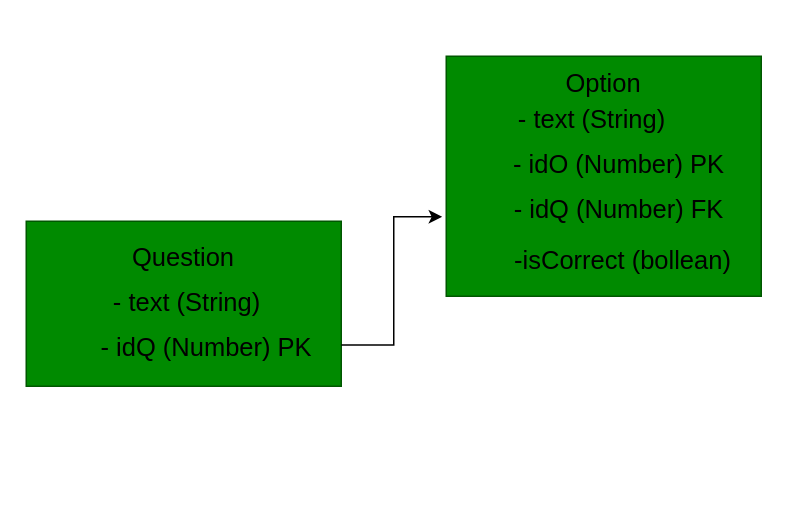
Earlier version of the draw.io diagram Main/src/DB/Датологическая модель.drawio (Miroslav262/Game_Walk). Source tidied: cells renumbered, new cells numbered last; positions are measured from the earlier drawing's top-left corner, leaving out a move shared by most shapes. Both pictures are drawn from the tidied source at 150%, with x=0, y=0 at pixel (26, 26).
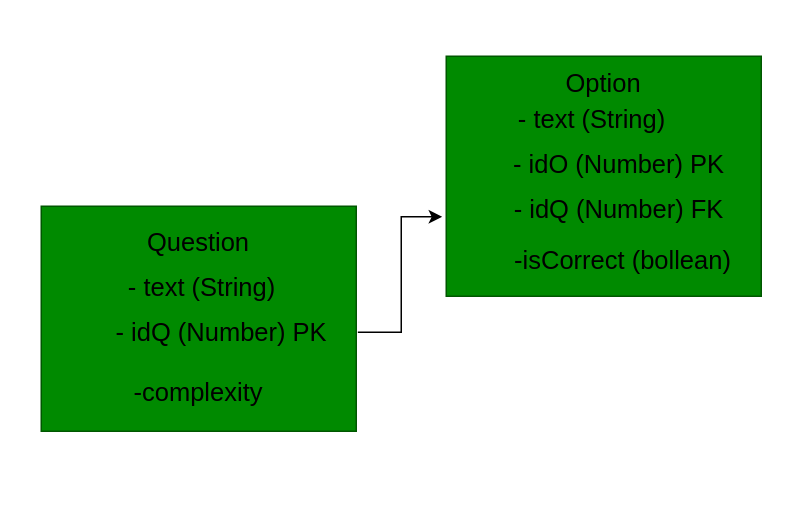
The same diagram, later.

What changed in the source:
```diff
@@
 <mxGraphModel>
   <root>
     <mxCell id="0" />
     <mxCell id="1" parent="0" />
     <mxCell id="2" style="group;" parent="1" vertex="1">
-      <mxGeometry y="130" width="210" height="180" as="geometry" />
+      <mxGeometry x="10" y="120" width="210" height="180" as="geometry" />
     </mxCell>
     <mxCell id="3" style="rounded=0;whiteSpace=wrap;html=1;fillColor=#008a00;fontColor=#ffffff;strokeColor=#005700;" parent="2" vertex="1">
-      <mxGeometry width="210" height="110" as="geometry" />
+      <mxGeometry width="210" height="150" as="geometry" />
     </mxCell>
     <mxCell id="4" value="&lt;font style=&quot;font-size: 17px;&quot;&gt;Question&lt;/font&gt;" style="text;html=1;whiteSpace=wrap;strokeColor=none;fillColor=none;align=center;verticalAlign=middle;rounded=0;" parent="2" vertex="1">
       <mxGeometry x="75" y="10" width="60" height="30" as="geometry" />
     </mxCell>
     <mxCell id="5" value="&lt;font style=&quot;font-size: 17px;&quot;&gt;&amp;nbsp;- text (String)&lt;/font&gt;" style="text;html=1;whiteSpace=wrap;strokeColor=none;fillColor=none;align=center;verticalAlign=middle;rounded=0;" parent="2" vertex="1">
       <mxGeometry x="50" y="40" width="110" height="30" as="geometry" />
     </mxCell>
     <mxCell id="6" value="&lt;font style=&quot;font-size: 17px;&quot;&gt;&amp;nbsp;- idQ (Number) PK&lt;/font&gt;" style="text;html=1;whiteSpace=wrap;strokeColor=none;fillColor=none;align=center;verticalAlign=middle;rounded=0;" parent="2" vertex="1">
       <mxGeometry x="40" y="70" width="156" height="30" as="geometry" />
     </mxCell>
+    <mxCell id="15" value="&lt;span style=&quot;font-size: 17px;&quot;&gt;-complexity&lt;/span&gt;" style="text;html=1;whiteSpace=wrap;strokeColor=none;fillColor=none;align=center;verticalAlign=middle;rounded=0;" parent="2" vertex="1">
+      <mxGeometry x="27" y="110" width="156" height="30" as="geometry" />
+    </mxCell>
     <mxCell id="7" style="group;" parent="1" vertex="1">
       <mxGeometry x="280" width="210" height="180" as="geometry" />
     </mxCell>
     <mxCell id="8" style="rounded=0;whiteSpace=wrap;html=1;fillColor=#008a00;fontColor=#ffffff;strokeColor=#005700;" parent="7" vertex="1">
       <mxGeometry y="20" width="210" height="160" as="geometry" />
     </mxCell>
     <mxCell id="9" value="&lt;font style=&quot;font-size: 17px;&quot;&gt;Option&lt;/font&gt;" style="text;html=1;whiteSpace=wrap;strokeColor=none;fillColor=none;align=center;verticalAlign=middle;rounded=0;" parent="7" vertex="1">
       <mxGeometry x="75" y="15.5" width="60" height="46.4" as="geometry" />
     </mxCell>
     <mxCell id="10" value="&lt;font style=&quot;font-size: 17px;&quot;&gt;&amp;nbsp;- text (String)&lt;/font&gt;" style="text;html=1;whiteSpace=wrap;strokeColor=none;fillColor=none;align=center;verticalAlign=middle;rounded=0;" parent="7" vertex="1">
       <mxGeometry x="40" y="40" width="110" height="46.4" as="geometry" />
     </mxCell>
     <mxCell id="11" value="&lt;font style=&quot;font-size: 17px;&quot;&gt;&amp;nbsp;- idO (Number) PK&lt;/font&gt;" style="text;html=1;whiteSpace=wrap;strokeColor=none;fillColor=none;align=center;verticalAlign=middle;rounded=0;" parent="7" vertex="1">
       <mxGeometry x="35" y="70" width="156" height="46.4" as="geometry" />
     </mxCell>
     <mxCell id="12" value="&lt;font style=&quot;font-size: 17px;&quot;&gt;&amp;nbsp;- idQ (Number) FK&lt;/font&gt;" style="text;html=1;whiteSpace=wrap;strokeColor=none;fillColor=none;align=center;verticalAlign=middle;rounded=0;" parent="7" vertex="1">
       <mxGeometry x="30" y="100" width="166" height="46.4" as="geometry" />
     </mxCell>
     <mxCell id="13" value="&lt;font style=&quot;font-size: 17px;&quot;&gt;-isCorrect (bollean)&lt;/font&gt;" style="text;html=1;whiteSpace=wrap;strokeColor=none;fillColor=none;align=center;verticalAlign=middle;rounded=0;" parent="7" vertex="1">
       <mxGeometry x="35" y="133.6" width="166" height="46.4" as="geometry" />
     </mxCell>
-    <mxCell id="14" style="edgeStyle=orthogonalEdgeStyle;rounded=0;jettySize=auto;html=1;exitX=1;exitY=0.75;exitDx=0;exitDy=0;entryX=-0.013;entryY=0.669;entryDx=0;entryDy=0;entryPerimeter=0;" parent="1" edge="1" source="3" target="8">
+    <mxCell id="14" style="edgeStyle=orthogonalEdgeStyle;rounded=0;jettySize=auto;html=1;exitX=1.005;exitY=0.56;exitDx=0;exitDy=0;entryX=-0.013;entryY=0.669;entryDx=0;entryDy=0;entryPerimeter=0;exitPerimeter=0;" parent="1" edge="1" source="3" target="8">
       <mxGeometry relative="1" as="geometry" />
     </mxCell>
   </root>
 </mxGraphModel>
```
